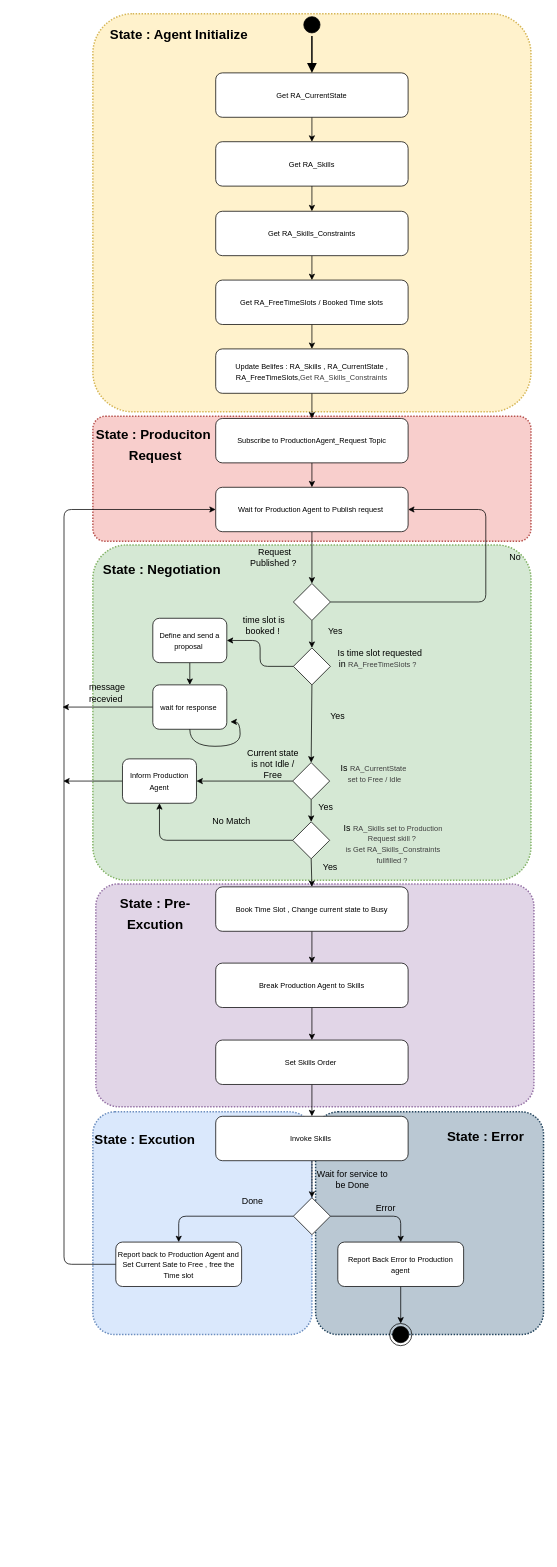
aialmohamed/Type3AAS keeps this draw.io diagram as Documents/UML/StateMachine/RA_SM.drawio. Above is the earlier version. Source tidied: cells renumbered, new cells numbered last; positions are measured from the earlier drawing's top-left corner, leaving out a move shared by most shapes. Both pictures are drawn from the tidied source at 74%, with x=0, y=0 at pixel (62, 13).
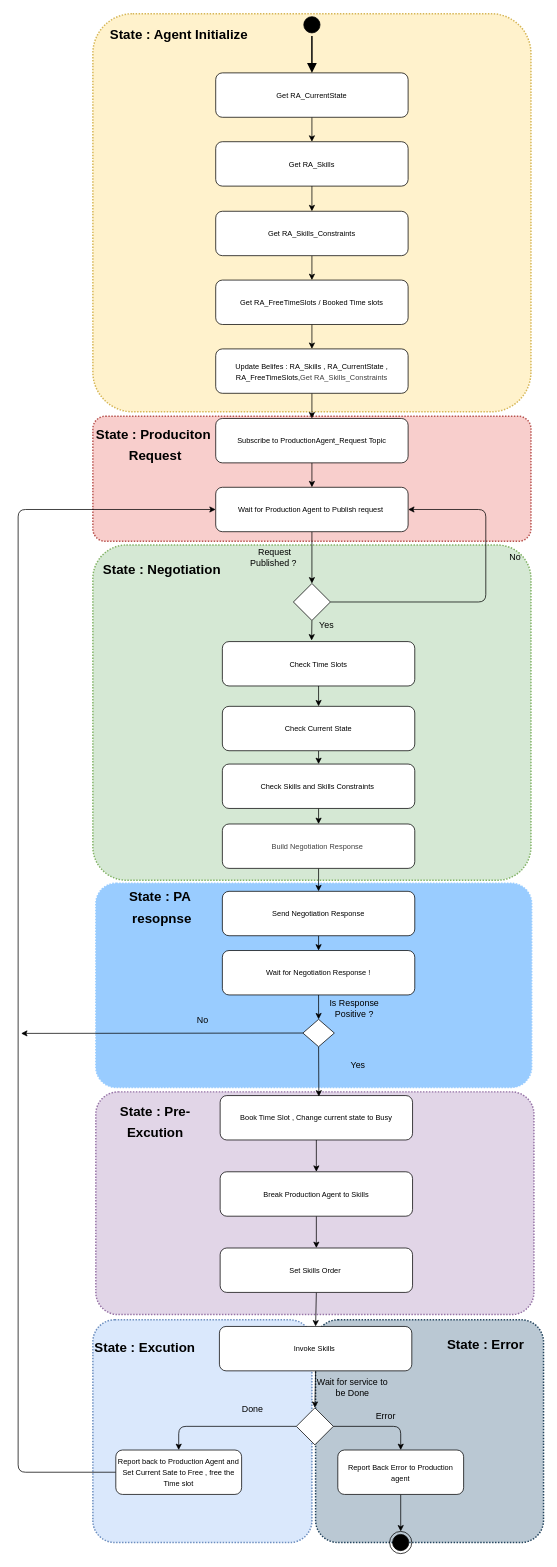
After the change.

Unchanged cells that the change refers to:
```xml
<mxCell id="22" style="rhombus;whiteSpace=wrap;html=1;" parent="1" vertex="1">
  <mxGeometry x="312" y="770" width="50" height="50" as="geometry" />
</mxCell>
<mxCell id="27" value="&lt;font size=&quot;1&quot;&gt;Wait for Production Agent to Publish request&amp;nbsp;&lt;/font&gt;" style="rounded=1;whiteSpace=wrap;html=1;" parent="1" vertex="1">
  <mxGeometry x="207" y="640" width="260" height="60" as="geometry" />
</mxCell>
```

The edit, as a diff of the source:
```diff
@@
+    <mxCell id="81" style="rounded=1;arcSize=10;dashed=1;fillColor=#99CCFF;dashPattern=1 1;strokeWidth=2;strokeColor=#99CCFF;" parent="1" vertex="1">
+      <mxGeometry x="45" y="1175" width="589" height="276" as="geometry" />
+    </mxCell>
     <mxCell id="2" style="rounded=1;arcSize=10;dashed=1;fillColor=#bac8d3;dashPattern=1 1;strokeWidth=2;strokeColor=#23445d;" parent="1" vertex="1">
-      <mxGeometry x="342" y="1484" width="308" height="301" as="geometry" />
+      <mxGeometry x="342" y="1765" width="308" height="301" as="geometry" />
     </mxCell>
     <mxCell id="3" style="rounded=1;arcSize=10;dashed=1;fillColor=#dae8fc;dashPattern=1 1;strokeWidth=2;strokeColor=#6c8ebf;" parent="1" vertex="1">
-      <mxGeometry x="41" y="1484" width="296" height="301" as="geometry" />
+      <mxGeometry x="41" y="1765" width="296" height="301" as="geometry" />
     </mxCell>
     <mxCell id="4" style="rounded=1;arcSize=10;dashed=1;fillColor=#e1d5e7;dashPattern=1 1;strokeWidth=2;strokeColor=#9673a6;" parent="1" vertex="1">
-      <mxGeometry x="45" y="1176" width="592" height="301" as="geometry" />
+      <mxGeometry x="45" y="1457" width="592" height="301" as="geometry" />
     </mxCell>
@@
-    <mxCell id="21" style="edgeStyle=none;html=1;exitX=0.5;exitY=1;exitDx=0;exitDy=0;entryX=0.5;entryY=0;entryDx=0;entryDy=0;" parent="1" edge="1" source="22" target="39">
+    <mxCell id="21" style="edgeStyle=none;html=1;exitX=0.5;exitY=1;exitDx=0;exitDy=0;entryX=0.464;entryY=-0.025;entryDx=0;entryDy=0;entryPerimeter=0;" parent="1" edge="1" source="22" target="95">
       <mxGeometry relative="1" as="geometry" />
     </mxCell>
@@
-    <mxCell id="24" value="Yes" style="text;html=1;align=center;verticalAlign=middle;whiteSpace=wrap;rounded=0;" parent="1" vertex="1">
-      <mxGeometry x="326" y="1057" width="60" height="30" as="geometry" />
-    </mxCell>
@@
-    <mxCell id="28" style="edgeStyle=none;html=1;exitX=0.5;exitY=1;exitDx=0;exitDy=0;entryX=0.5;entryY=0;entryDx=0;entryDy=0;" parent="1" edge="1" source="30" target="34">
-      <mxGeometry relative="1" as="geometry" />
-    </mxCell>
-    <mxCell id="29" style="edgeStyle=none;html=1;exitX=0;exitY=0.5;exitDx=0;exitDy=0;entryX=1;entryY=0.5;entryDx=0;entryDy=0;" parent="1" edge="1" source="30" target="47">
-      <mxGeometry relative="1" as="geometry" />
-    </mxCell>
-    <mxCell id="30" style="rhombus;whiteSpace=wrap;html=1;" parent="1" vertex="1">
-      <mxGeometry x="311" y="1012" width="50" height="50" as="geometry" />
-    </mxCell>
-    <mxCell id="31" value="Is&amp;nbsp;&lt;span style=&quot;color: rgb(63, 63, 63); font-size: x-small;&quot;&gt;RA_CurrentState&amp;nbsp; set to Free / Idle&lt;/span&gt;" style="text;html=1;align=center;verticalAlign=middle;whiteSpace=wrap;rounded=0;" parent="1" vertex="1">
-      <mxGeometry x="377" y="1012" width="90" height="30" as="geometry" />
-    </mxCell>
-    <mxCell id="32" style="edgeStyle=orthogonalEdgeStyle;html=1;exitX=0;exitY=0.5;exitDx=0;exitDy=0;entryX=0.5;entryY=1;entryDx=0;entryDy=0;" parent="1" edge="1" source="34" target="47">
-      <mxGeometry relative="1" as="geometry" />
-    </mxCell>
-    <mxCell id="33" style="edgeStyle=none;html=1;exitX=0.5;exitY=1;exitDx=0;exitDy=0;entryX=0.5;entryY=0;entryDx=0;entryDy=0;" parent="1" edge="1" source="34" target="45">
-      <mxGeometry relative="1" as="geometry" />
-    </mxCell>
-    <mxCell id="34" style="rhombus;whiteSpace=wrap;html=1;" parent="1" vertex="1">
-      <mxGeometry x="311" y="1092" width="50" height="50" as="geometry" />
-    </mxCell>
+    <mxCell id="82" style="edgeStyle=none;html=1;entryX=0.5;entryY=0;entryDx=0;entryDy=0;exitX=0.5;exitY=1;exitDx=0;exitDy=0;" parent="1" edge="1" source="100" target="86">
+      <mxGeometry relative="1" as="geometry" />
+    </mxCell>
     <mxCell id="35" value="Yes" style="text;html=1;align=center;verticalAlign=middle;whiteSpace=wrap;rounded=0;" parent="1" vertex="1">
-      <mxGeometry x="339" y="820" width="60" height="30" as="geometry" />
+      <mxGeometry x="327" y="811" width="60" height="30" as="geometry" />
     </mxCell>
-    <mxCell id="36" value="Is&amp;nbsp;&lt;span style=&quot;color: rgb(63, 63, 63); font-size: x-small;&quot;&gt;&lt;span style=&quot;color: rgb(63, 63, 63);&quot;&gt;RA_Skills set to Production Request skill ?&amp;nbsp;&lt;br&gt;is&amp;nbsp;&lt;span style=&quot;color: rgb(63, 63, 63);&quot;&gt;Get RA_Skills_Constraints fullfilled ?&lt;/span&gt;&amp;nbsp;&lt;/span&gt;&lt;/span&gt;" style="text;html=1;align=center;verticalAlign=middle;whiteSpace=wrap;rounded=0;" parent="1" vertex="1">
-      <mxGeometry x="372" y="1097" width="150" height="50" as="geometry" />
-    </mxCell>
-    <mxCell id="37" style="edgeStyle=orthogonalEdgeStyle;html=1;exitX=0;exitY=0.5;exitDx=0;exitDy=0;entryX=1;entryY=0.5;entryDx=0;entryDy=0;" parent="1" edge="1" source="39" target="51">
-      <mxGeometry relative="1" as="geometry" />
-    </mxCell>
-    <mxCell id="38" style="edgeStyle=none;html=1;exitX=0.5;exitY=1;exitDx=0;exitDy=0;entryX=0.5;entryY=0;entryDx=0;entryDy=0;" parent="1" edge="1" source="39" target="30">
-      <mxGeometry relative="1" as="geometry" />
-    </mxCell>
-    <mxCell id="39" style="rhombus;whiteSpace=wrap;html=1;" parent="1" vertex="1">
-      <mxGeometry x="312" y="857" width="50" height="50" as="geometry" />
-    </mxCell>
-    <mxCell id="40" value="Yes" style="text;html=1;align=center;verticalAlign=middle;whiteSpace=wrap;rounded=0;" parent="1" vertex="1">
-      <mxGeometry x="342" y="935" width="60" height="30" as="geometry" />
-    </mxCell>
-    <mxCell id="41" value="Is time slot requested in&amp;nbsp;&lt;span style=&quot;color: rgb(63, 63, 63); font-size: x-small;&quot;&gt;&lt;span style=&quot;color: rgb(63, 63, 63);&quot;&gt;&lt;span style=&quot;color: rgb(63, 63, 63);&quot;&gt;RA_FreeTimeSlots ?&amp;nbsp;&lt;/span&gt;&amp;nbsp;&lt;/span&gt;&lt;/span&gt;" style="text;html=1;align=center;verticalAlign=middle;whiteSpace=wrap;rounded=0;" parent="1" vertex="1">
-      <mxGeometry x="359" y="857" width="140" height="30" as="geometry" />
-    </mxCell>
-    <mxCell id="42" value="Yes" style="text;html=1;align=center;verticalAlign=middle;whiteSpace=wrap;rounded=0;" parent="1" vertex="1">
-      <mxGeometry x="332" y="1138" width="60" height="30" as="geometry" />
-    </mxCell>
     <mxCell id="43" style="edgeStyle=orthogonalEdgeStyle;html=1;exitX=0;exitY=0.5;exitDx=0;exitDy=0;entryX=0;entryY=0.5;entryDx=0;entryDy=0;" parent="1" edge="1" source="69" target="27">
       <mxGeometry relative="1" as="geometry">
         <Array as="points">
-          <mxPoint x="2" y="1690" />
-          <mxPoint x="2" y="670" />
+          <mxPoint x="-60" y="1971" />
+          <mxPoint x="-60" y="670" />
         </Array>
       </mxGeometry>
     </mxCell>
@@
     <mxCell id="45" value="&lt;font size=&quot;1&quot;&gt;Book Time Slot , Change current state to Busy&lt;/font&gt;" style="rounded=1;whiteSpace=wrap;html=1;" parent="1" vertex="1">
-      <mxGeometry x="207" y="1180" width="260" height="60" as="geometry" />
+      <mxGeometry x="213" y="1462" width="260" height="60" as="geometry" />
     </mxCell>
-    <mxCell id="46" style="edgeStyle=none;html=1;exitX=0;exitY=0.5;exitDx=0;exitDy=0;" parent="1" edge="1" source="47">
-      <mxGeometry relative="1" as="geometry">
-        <mxPoint x="1" y="1037" as="targetPoint" />
-      </mxGeometry>
-    </mxCell>
-    <mxCell id="47" value="&lt;font size=&quot;1&quot;&gt;Inform Production Agent&lt;/font&gt;" style="rounded=1;whiteSpace=wrap;html=1;" parent="1" vertex="1">
-      <mxGeometry x="81" y="1007" width="100" height="60" as="geometry" />
-    </mxCell>
-    <mxCell id="48" value="Current state is not Idle / Free" style="text;html=1;align=center;verticalAlign=middle;whiteSpace=wrap;rounded=0;" parent="1" vertex="1">
-      <mxGeometry x="247" y="994" width="75" height="40" as="geometry" />
-    </mxCell>
-    <mxCell id="49" value="No Match" style="text;html=1;align=center;verticalAlign=middle;whiteSpace=wrap;rounded=0;" parent="1" vertex="1">
-      <mxGeometry x="191" y="1072" width="75" height="40" as="geometry" />
-    </mxCell>
-    <mxCell id="50" style="edgeStyle=none;html=1;exitX=0.5;exitY=1;exitDx=0;exitDy=0;entryX=0.5;entryY=0;entryDx=0;entryDy=0;" parent="1" edge="1" source="51" target="53">
-      <mxGeometry relative="1" as="geometry" />
+    <mxCell id="50" style="edgeStyle=none;html=1;exitX=0.5;exitY=1;exitDx=0;exitDy=0;entryX=0.5;entryY=0;entryDx=0;entryDy=0;" parent="1" edge="1">
+      <mxGeometry relative="1" as="geometry">
+        <mxPoint x="172" y="877" as="sourcePoint" />
+      </mxGeometry>
     </mxCell>
-    <mxCell id="51" value="&lt;font size=&quot;1&quot;&gt;Define and send a proposal&amp;nbsp;&lt;/font&gt;" style="rounded=1;whiteSpace=wrap;html=1;" parent="1" vertex="1">
-      <mxGeometry x="122" y="817" width="100" height="60" as="geometry" />
-    </mxCell>
-    <mxCell id="52" style="edgeStyle=none;html=1;exitX=0;exitY=0.5;exitDx=0;exitDy=0;" parent="1" edge="1" source="53">
-      <mxGeometry relative="1" as="geometry">
-        <mxPoint y="937" as="targetPoint" />
-      </mxGeometry>
-    </mxCell>
-    <mxCell id="53" value="&lt;font size=&quot;1&quot;&gt;wait for response&amp;nbsp;&lt;/font&gt;" style="rounded=1;whiteSpace=wrap;html=1;" parent="1" vertex="1">
-      <mxGeometry x="122" y="907" width="100" height="60" as="geometry" />
-    </mxCell>
-    <mxCell id="54" value="message recevied&amp;nbsp;" style="text;html=1;align=center;verticalAlign=middle;whiteSpace=wrap;rounded=0;" parent="1" vertex="1">
-      <mxGeometry x="23" y="898" width="75" height="40" as="geometry" />
-    </mxCell>
-    <mxCell id="55" value="time slot is booked !&amp;nbsp;" style="text;html=1;align=center;verticalAlign=middle;whiteSpace=wrap;rounded=0;" parent="1" vertex="1">
-      <mxGeometry x="225" y="812" width="95" height="30" as="geometry" />
-    </mxCell>
@@
     <mxCell id="57" value="&lt;font size=&quot;1&quot;&gt;Break Production Agent to Skills&lt;/font&gt;" style="rounded=1;whiteSpace=wrap;html=1;" parent="1" vertex="1">
-      <mxGeometry x="207" y="1283" width="260" height="60" as="geometry" />
+      <mxGeometry x="213" y="1565" width="260" height="60" as="geometry" />
     </mxCell>
@@
     <mxCell id="61" value="&lt;font size=&quot;1&quot;&gt;Set Skills Order&amp;nbsp;&lt;/font&gt;" style="rounded=1;whiteSpace=wrap;html=1;" parent="1" vertex="1">
-      <mxGeometry x="207" y="1387" width="260" height="60" as="geometry" />
+      <mxGeometry x="213" y="1668" width="260" height="60" as="geometry" />
     </mxCell>
@@
     <mxCell id="63" value="&lt;font size=&quot;1&quot;&gt;Invoke Skills&amp;nbsp;&lt;/font&gt;" style="rounded=1;whiteSpace=wrap;html=1;" parent="1" vertex="1">
-      <mxGeometry x="207" y="1490" width="260" height="60" as="geometry" />
+      <mxGeometry x="212" y="1774" width="260" height="60" as="geometry" />
     </mxCell>
@@
     <mxCell id="66" style="rhombus;whiteSpace=wrap;html=1;" parent="1" vertex="1">
-      <mxGeometry x="312" y="1600" width="50" height="50" as="geometry" />
+      <mxGeometry x="316" y="1884" width="50" height="50" as="geometry" />
     </mxCell>
     <mxCell id="67" value="Wait for service to be Done" style="text;html=1;align=center;verticalAlign=middle;whiteSpace=wrap;rounded=0;" parent="1" vertex="1">
-      <mxGeometry x="342" y="1560" width="100" height="30" as="geometry" />
+      <mxGeometry x="342" y="1841" width="100" height="30" as="geometry" />
     </mxCell>
     <mxCell id="68" value="Done" style="text;html=1;align=center;verticalAlign=middle;whiteSpace=wrap;rounded=0;" parent="1" vertex="1">
-      <mxGeometry x="207" y="1590" width="100" height="30" as="geometry" />
+      <mxGeometry x="207" y="1871" width="100" height="30" as="geometry" />
     </mxCell>
     <mxCell id="69" value="&lt;font size=&quot;1&quot;&gt;Report back to Production Agent and Set Current Sate to Free , free the Time slot&lt;/font&gt;" style="rounded=1;whiteSpace=wrap;html=1;" parent="1" vertex="1">
-      <mxGeometry x="72" y="1660" width="170" height="60" as="geometry" />
+      <mxGeometry x="72" y="1941" width="170" height="60" as="geometry" />
     </mxCell>
@@
     <mxCell id="71" value="&lt;font size=&quot;1&quot;&gt;Report Back Error to Production agent&lt;/font&gt;" style="rounded=1;whiteSpace=wrap;html=1;" parent="1" vertex="1">
-      <mxGeometry x="372" y="1660" width="170" height="60" as="geometry" />
+      <mxGeometry x="372" y="1941" width="170" height="60" as="geometry" />
     </mxCell>
     <mxCell id="72" value="Error" style="text;html=1;align=center;verticalAlign=middle;whiteSpace=wrap;rounded=0;" parent="1" vertex="1">
-      <mxGeometry x="387" y="1600" width="100" height="30" as="geometry" />
+      <mxGeometry x="387" y="1881" width="100" height="30" as="geometry" />
     </mxCell>
     <mxCell id="73" style="ellipse;html=1;shape=endState;fillColor=#000000;strokeColor=#000000;" parent="1" vertex="1">
-      <mxGeometry x="442" y="1770" width="30" height="30" as="geometry" />
+      <mxGeometry x="442" y="2051" width="30" height="30" as="geometry" />
     </mxCell>
@@
     <mxCell id="77" value="&lt;font style=&quot;font-size: 18px;&quot;&gt;State : Pre-&lt;/font&gt;&lt;div&gt;&lt;font style=&quot;font-size: 18px;&quot;&gt;Excution&lt;/font&gt;&lt;/div&gt;" style="text;strokeColor=none;fillColor=none;html=1;fontSize=24;fontStyle=1;verticalAlign=middle;align=center;" parent="1" vertex="1">
-      <mxGeometry x="63" y="1195" width="123" height="40" as="geometry" />
+      <mxGeometry x="63" y="1476" width="123" height="40" as="geometry" />
     </mxCell>
     <mxCell id="78" value="&lt;font style=&quot;font-size: 18px;&quot;&gt;State : Excution&lt;/font&gt;" style="text;strokeColor=none;fillColor=none;html=1;fontSize=24;fontStyle=1;verticalAlign=middle;align=center;" parent="1" vertex="1">
-      <mxGeometry x="49" y="1500" width="123" height="40" as="geometry" />
+      <mxGeometry x="49" y="1781" width="123" height="40" as="geometry" />
     </mxCell>
     <mxCell id="79" value="&lt;font style=&quot;font-size: 18px;&quot;&gt;State : Error&amp;nbsp;&lt;/font&gt;" style="text;strokeColor=none;fillColor=none;html=1;fontSize=24;fontStyle=1;verticalAlign=middle;align=center;" parent="1" vertex="1">
-      <mxGeometry x="512" y="1496" width="123" height="40" as="geometry" />
+      <mxGeometry x="512" y="1777" width="123" height="40" as="geometry" />
     </mxCell>
-    <mxCell id="80" style="edgeStyle=orthogonalEdgeStyle;html=1;exitX=0.5;exitY=1;exitDx=0;exitDy=0;curved=1;" parent="1" edge="1" source="53">
-      <mxGeometry relative="1" as="geometry">
-        <mxPoint x="227" y="957" as="targetPoint" />
-        <Array as="points">
-          <mxPoint x="172" y="990" />
-          <mxPoint x="240" y="990" />
-          <mxPoint x="240" y="957" />
-        </Array>
-      </mxGeometry>
-    </mxCell>
+    <mxCell id="83" style="edgeStyle=none;html=1;exitX=0.5;exitY=1;exitDx=0;exitDy=0;entryX=0.5;entryY=0;entryDx=0;entryDy=0;" parent="1" edge="1" source="84" target="89">
+      <mxGeometry relative="1" as="geometry" />
+    </mxCell>
+    <mxCell id="84" value="&lt;font size=&quot;1&quot;&gt;Wait for Negotiation Response !&lt;/font&gt;" style="rounded=1;whiteSpace=wrap;html=1;" parent="1" vertex="1">
+      <mxGeometry x="216" y="1266" width="260" height="60" as="geometry" />
+    </mxCell>
+    <mxCell id="85" style="edgeStyle=none;html=1;exitX=0.5;exitY=1;exitDx=0;exitDy=0;entryX=0.5;entryY=0;entryDx=0;entryDy=0;" parent="1" edge="1" source="86" target="84">
+      <mxGeometry relative="1" as="geometry" />
+    </mxCell>
+    <mxCell id="86" value="&lt;font size=&quot;1&quot;&gt;Send Negotiation Response&lt;/font&gt;" style="rounded=1;whiteSpace=wrap;html=1;" parent="1" vertex="1">
+      <mxGeometry x="216" y="1186" width="260" height="60" as="geometry" />
+    </mxCell>
+    <mxCell id="87" style="edgeStyle=none;html=1;exitX=0.5;exitY=1;exitDx=0;exitDy=0;entryX=0.513;entryY=0.022;entryDx=0;entryDy=0;entryPerimeter=0;" parent="1" edge="1" source="89" target="45">
+      <mxGeometry relative="1" as="geometry" />
+    </mxCell>
+    <mxCell id="88" style="edgeStyle=none;html=1;exitX=0;exitY=0.5;exitDx=0;exitDy=0;" parent="1" edge="1" source="89">
+      <mxGeometry relative="1" as="geometry">
+        <mxPoint x="-56" y="1378" as="targetPoint" />
+      </mxGeometry>
+    </mxCell>
+    <mxCell id="89" style="rhombus;whiteSpace=wrap;html=1;" parent="1" vertex="1">
+      <mxGeometry x="324.8" y="1359" width="42.5" height="37" as="geometry" />
+    </mxCell>
+    <mxCell id="90" value="Is Response Positive ?" style="text;html=1;align=center;verticalAlign=middle;whiteSpace=wrap;rounded=0;" parent="1" vertex="1">
+      <mxGeometry x="342" y="1329" width="105" height="30" as="geometry" />
+    </mxCell>
+    <mxCell id="91" value="No" style="text;html=1;align=center;verticalAlign=middle;whiteSpace=wrap;rounded=0;" parent="1" vertex="1">
+      <mxGeometry x="136.5" y="1346" width="105" height="30" as="geometry" />
+    </mxCell>
+    <mxCell id="92" value="Yes" style="text;html=1;align=center;verticalAlign=middle;whiteSpace=wrap;rounded=0;" parent="1" vertex="1">
+      <mxGeometry x="347" y="1406" width="105" height="30" as="geometry" />
+    </mxCell>
+    <mxCell id="93" value="&lt;font style=&quot;font-size: 18px;&quot;&gt;State : PA&amp;nbsp;&lt;/font&gt;&lt;div&gt;&lt;font style=&quot;font-size: 18px;&quot;&gt;resopnse&lt;/font&gt;&lt;/div&gt;" style="text;strokeColor=none;fillColor=none;html=1;fontSize=24;fontStyle=1;verticalAlign=middle;align=center;" parent="1" vertex="1">
+      <mxGeometry x="58" y="1186" width="151" height="40" as="geometry" />
+    </mxCell>
+    <mxCell id="94" style="edgeStyle=none;html=1;exitX=0.5;exitY=1;exitDx=0;exitDy=0;" parent="1" edge="1" source="95" target="97">
+      <mxGeometry relative="1" as="geometry" />
+    </mxCell>
+    <mxCell id="95" value="&lt;font size=&quot;1&quot;&gt;Check Time Slots&lt;/font&gt;" style="rounded=1;whiteSpace=wrap;html=1;" parent="1" vertex="1">
+      <mxGeometry x="216" y="848.5" width="260" height="60" as="geometry" />
+    </mxCell>
+    <mxCell id="96" style="edgeStyle=none;html=1;exitX=0.5;exitY=1;exitDx=0;exitDy=0;entryX=0.5;entryY=0;entryDx=0;entryDy=0;" parent="1" edge="1" source="97" target="99">
+      <mxGeometry relative="1" as="geometry" />
+    </mxCell>
+    <mxCell id="97" value="&lt;font size=&quot;1&quot;&gt;Check Current State&lt;/font&gt;" style="rounded=1;whiteSpace=wrap;html=1;" parent="1" vertex="1">
+      <mxGeometry x="216" y="936" width="260" height="60" as="geometry" />
+    </mxCell>
+    <mxCell id="98" style="edgeStyle=none;html=1;exitX=0.5;exitY=1;exitDx=0;exitDy=0;entryX=0.5;entryY=0;entryDx=0;entryDy=0;" parent="1" edge="1" source="99" target="100">
+      <mxGeometry relative="1" as="geometry" />
+    </mxCell>
+    <mxCell id="99" value="&lt;font size=&quot;1&quot;&gt;Check Skills and Skills Constraints&amp;nbsp;&lt;/font&gt;" style="rounded=1;whiteSpace=wrap;html=1;" parent="1" vertex="1">
+      <mxGeometry x="216" y="1014" width="260" height="60" as="geometry" />
+    </mxCell>
+    <mxCell id="100" value="&lt;span style=&quot;color: rgb(63, 63, 63); font-size: x-small;&quot;&gt;Build Negotiation Response&amp;nbsp;&lt;/span&gt;" style="rounded=1;whiteSpace=wrap;html=1;" parent="1" vertex="1">
+      <mxGeometry x="216" y="1095" width="260" height="60" as="geometry" />
+    </mxCell>
```
